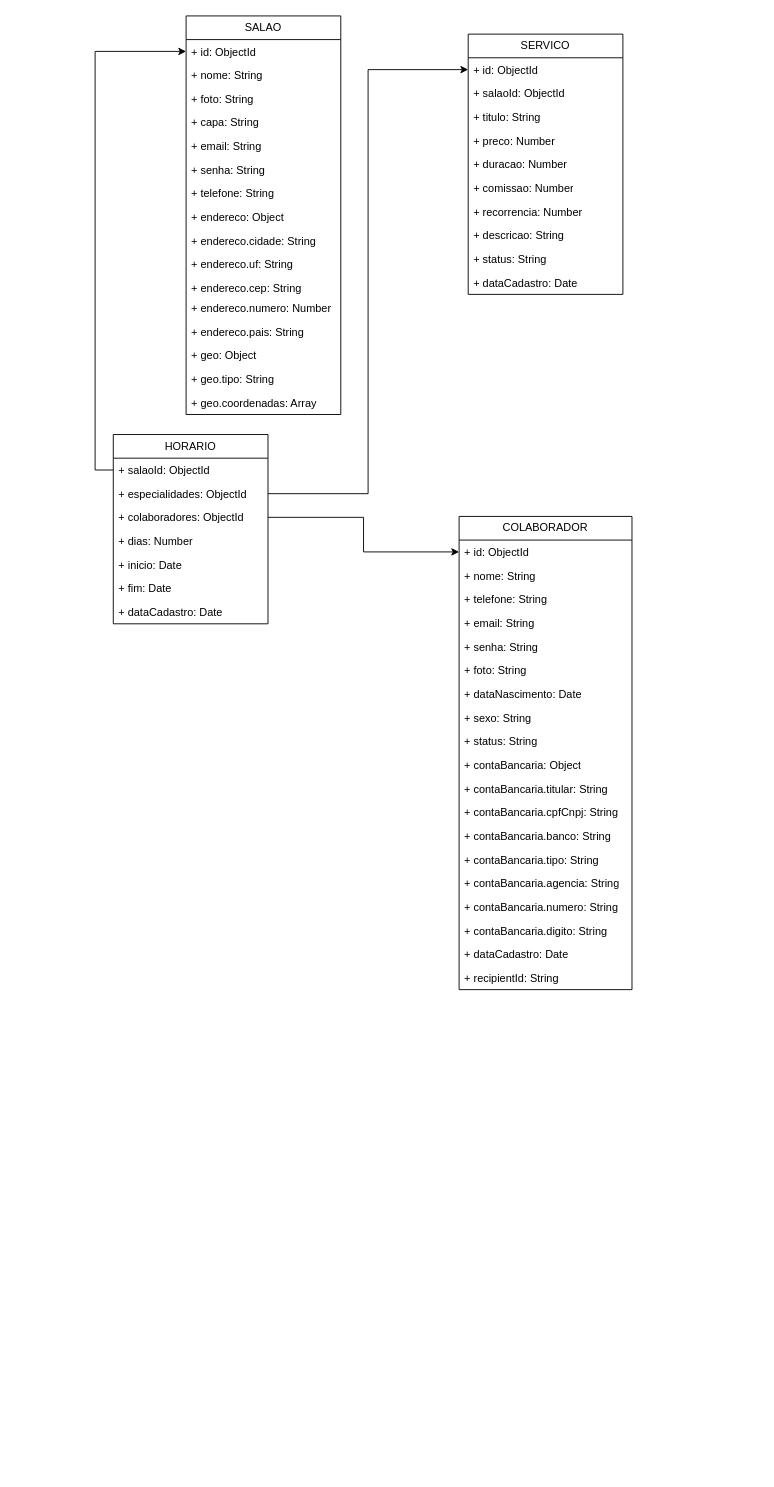
Before: Agenda na mão.drawio in eobrunodiniz/agendanamao, a draw.io diagram. Source tidied: cells renumbered, new cells numbered last; positions are measured from the earlier drawing's top-left corner, leaving out a move shared by most shapes. Both pictures are drawn from the tidied source at 91%, with x=0, y=0 at pixel (113, 15).
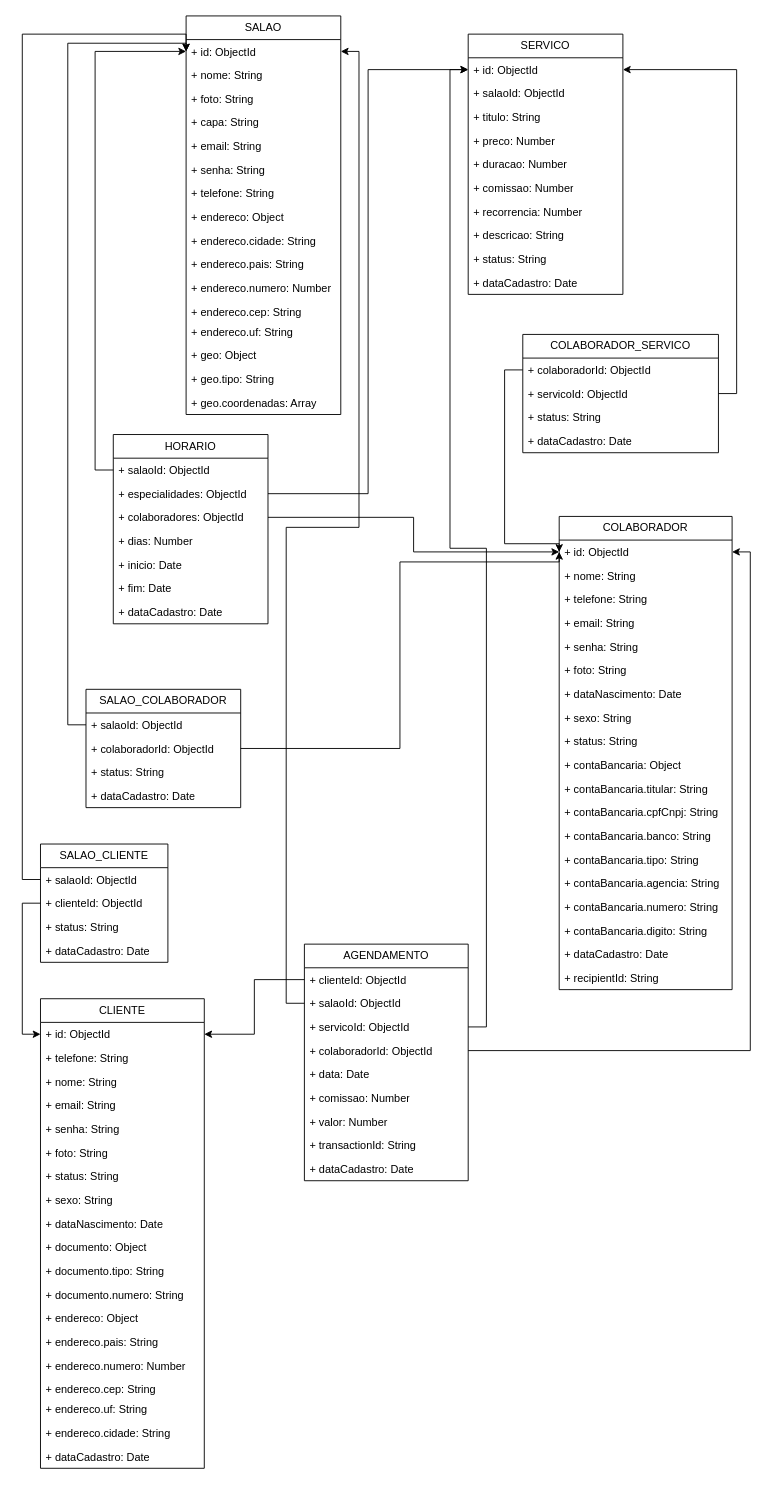
The same page after the edit.

The change refers to these unchanged cells:
```xml
<mxCell id="2" value="SALAO" style="swimlane;fontStyle=0;horizontal=1;startSize=26;fillColor=none;whiteSpace=wrap;html=1;" parent="1" vertex="1">
  <mxGeometry x="80" width="170" height="438" as="geometry" />
</mxCell>
<mxCell id="3" value="+ id: ObjectId&lt;br&gt;" style="text;strokeColor=none;fillColor=none;align=left;verticalAlign=top;spacingLeft=4;spacingRight=4;overflow=hidden;points=[[0,0.5],[1,0.5]];portConstraint=eastwest;whiteSpace=wrap;html=1;" parent="2" vertex="1">
  <mxGeometry y="26" width="170" height="26" as="geometry" />
</mxCell>
<mxCell id="20" value="+ id: ObjectId" style="text;strokeColor=none;fillColor=none;align=left;verticalAlign=top;spacingLeft=4;spacingRight=4;overflow=hidden;points=[[0,0.5],[1,0.5]];portConstraint=eastwest;whiteSpace=wrap;html=1;" parent="19" vertex="1">
  <mxGeometry y="26" width="190" height="26" as="geometry" />
</mxCell>
<mxCell id="40" value="+ id: ObjectId" style="text;strokeColor=none;fillColor=none;align=left;verticalAlign=top;spacingLeft=4;spacingRight=4;overflow=hidden;points=[[0,0.5],[1,0.5]];portConstraint=eastwest;whiteSpace=wrap;html=1;" parent="39" vertex="1">
  <mxGeometry y="26" width="170" height="26" as="geometry" />
</mxCell>
```

The edit, as a diff of the source:
```diff
@@
+    <mxCell id="15" value="+ endereco.pais: String" style="text;strokeColor=none;fillColor=none;align=left;verticalAlign=top;spacingLeft=4;spacingRight=4;overflow=hidden;whiteSpace=wrap;html=1;" parent="2" vertex="1">
+      <mxGeometry y="260" width="170" height="26" as="geometry" />
+    </mxCell>
+    <mxCell id="14" value="+ endereco.numero: Number" style="text;strokeColor=none;fillColor=none;align=left;verticalAlign=top;spacingLeft=4;spacingRight=4;overflow=hidden;whiteSpace=wrap;html=1;" parent="2" vertex="1">
+      <mxGeometry y="286" width="170" height="26" as="geometry" />
+    </mxCell>
+    <mxCell id="13" value="+ endereco.cep: String" style="text;strokeColor=none;fillColor=none;align=left;verticalAlign=top;spacingLeft=4;spacingRight=4;overflow=hidden;whiteSpace=wrap;html=1;" parent="2" vertex="1">
+      <mxGeometry y="312" width="170" height="22" as="geometry" />
+    </mxCell>
     <mxCell id="12" value="+ endereco.uf: String" style="text;strokeColor=none;fillColor=none;align=left;verticalAlign=top;spacingLeft=4;spacingRight=4;overflow=hidden;whiteSpace=wrap;html=1;" parent="2" vertex="1">
-      <mxGeometry y="260" width="170" height="26" as="geometry" />
+      <mxGeometry y="334" width="170" height="26" as="geometry" />
     </mxCell>
-    <mxCell id="13" value="+ endereco.cep: String" style="text;strokeColor=none;fillColor=none;align=left;verticalAlign=top;spacingLeft=4;spacingRight=4;overflow=hidden;whiteSpace=wrap;html=1;" parent="2" vertex="1">
-      <mxGeometry y="286" width="170" height="22" as="geometry" />
-    </mxCell>
-    <mxCell id="14" value="+ endereco.numero: Number" style="text;strokeColor=none;fillColor=none;align=left;verticalAlign=top;spacingLeft=4;spacingRight=4;overflow=hidden;whiteSpace=wrap;html=1;" parent="2" vertex="1">
-      <mxGeometry y="308" width="170" height="26" as="geometry" />
-    </mxCell>
-    <mxCell id="15" value="+ endereco.pais: String" style="text;strokeColor=none;fillColor=none;align=left;verticalAlign=top;spacingLeft=4;spacingRight=4;overflow=hidden;whiteSpace=wrap;html=1;" parent="2" vertex="1">
-      <mxGeometry y="334" width="170" height="26" as="geometry" />
-    </mxCell>
@@
     <mxCell id="19" value="COLABORADOR" style="swimlane;fontStyle=0;horizontal=1;startSize=26;fillColor=none;whiteSpace=wrap;html=1;" parent="1" vertex="1">
-      <mxGeometry x="380" y="550" width="190" height="520" as="geometry" />
+      <mxGeometry x="490" y="550" width="190" height="520" as="geometry" />
     </mxCell>
@@
+    <mxCell id="61" value="SALAO_COLABORADOR" style="swimlane;fontStyle=0;horizontal=1;startSize=26;fillColor=none;whiteSpace=wrap;html=1;" parent="1" vertex="1">
+      <mxGeometry x="-30" y="740" width="170" height="130" as="geometry" />
+    </mxCell>
+    <mxCell id="62" value="+ salaoId: ObjectId" style="text;strokeColor=none;fillColor=none;align=left;verticalAlign=top;spacingLeft=4;spacingRight=4;overflow=hidden;points=[[0,0.5],[1,0.5]];portConstraint=eastwest;whiteSpace=wrap;html=1;" parent="61" vertex="1">
+      <mxGeometry y="26" width="170" height="26" as="geometry" />
+    </mxCell>
+    <mxCell id="63" value="+ colaboradorId: ObjectId" style="text;strokeColor=none;fillColor=none;align=left;verticalAlign=top;spacingLeft=4;spacingRight=4;overflow=hidden;points=[[0,0.5],[1,0.5]];portConstraint=eastwest;whiteSpace=wrap;html=1;" parent="61" vertex="1">
+      <mxGeometry y="52" width="170" height="26" as="geometry" />
+    </mxCell>
+    <mxCell id="64" value="+ status: String" style="text;strokeColor=none;fillColor=none;align=left;verticalAlign=top;spacingLeft=4;spacingRight=4;overflow=hidden;whiteSpace=wrap;html=1;" parent="61" vertex="1">
+      <mxGeometry y="78" width="170" height="26" as="geometry" />
+    </mxCell>
+    <mxCell id="65" value="+ dataCadastro: Date" style="text;strokeColor=none;fillColor=none;align=left;verticalAlign=top;spacingLeft=4;spacingRight=4;overflow=hidden;whiteSpace=wrap;html=1;" parent="61" vertex="1">
+      <mxGeometry y="104" width="170" height="26" as="geometry" />
+    </mxCell>
+    <mxCell id="66" style="edgeStyle=orthogonalEdgeStyle;rounded=0;jettySize=auto;html=1;exitX=0;exitY=0.5;exitDx=0;exitDy=0;entryX=0;entryY=0.5;entryDx=0;entryDy=0;" parent="1" edge="1" source="62" target="3">
+      <mxGeometry relative="1" as="geometry">
+        <Array as="points">
+          <mxPoint x="-50" y="779" />
+          <mxPoint x="-50" y="30" />
+          <mxPoint x="80" y="30" />
+        </Array>
+      </mxGeometry>
+    </mxCell>
+    <mxCell id="67" style="edgeStyle=orthogonalEdgeStyle;rounded=0;jettySize=auto;html=1;exitX=1;exitY=0.5;exitDx=0;exitDy=0;entryX=0;entryY=0.5;entryDx=0;entryDy=0;" parent="1" edge="1" source="63" target="20">
+      <mxGeometry relative="1" as="geometry">
+        <Array as="points">
+          <mxPoint x="315" y="805" />
+          <mxPoint x="315" y="600" />
+          <mxPoint x="490" y="600" />
+        </Array>
+      </mxGeometry>
+    </mxCell>
+    <mxCell id="68" value="COLABORADOR_SERVICO" style="swimlane;fontStyle=0;horizontal=1;startSize=26;fillColor=none;whiteSpace=wrap;html=1;" parent="1" vertex="1">
+      <mxGeometry x="450" y="350" width="215" height="130" as="geometry" />
+    </mxCell>
+    <mxCell id="69" value="+ colaboradorId: ObjectId" style="text;strokeColor=none;fillColor=none;align=left;verticalAlign=top;spacingLeft=4;spacingRight=4;overflow=hidden;points=[[0,0.5],[1,0.5]];portConstraint=eastwest;whiteSpace=wrap;html=1;" parent="68" vertex="1">
+      <mxGeometry y="26" width="215" height="26" as="geometry" />
+    </mxCell>
+    <mxCell id="70" value="+ servicoId: ObjectId" style="text;strokeColor=none;fillColor=none;align=left;verticalAlign=top;spacingLeft=4;spacingRight=4;overflow=hidden;points=[[0,0.5],[1,0.5]];portConstraint=eastwest;whiteSpace=wrap;html=1;" parent="68" vertex="1">
+      <mxGeometry y="52" width="215" height="26" as="geometry" />
+    </mxCell>
+    <mxCell id="71" value="+ status: String" style="text;strokeColor=none;fillColor=none;align=left;verticalAlign=top;spacingLeft=4;spacingRight=4;overflow=hidden;whiteSpace=wrap;html=1;" parent="68" vertex="1">
+      <mxGeometry y="78" width="215" height="26" as="geometry" />
+    </mxCell>
+    <mxCell id="72" value="+ dataCadastro: Date" style="text;strokeColor=none;fillColor=none;align=left;verticalAlign=top;spacingLeft=4;spacingRight=4;overflow=hidden;whiteSpace=wrap;html=1;" parent="68" vertex="1">
+      <mxGeometry y="104" width="215" height="26" as="geometry" />
+    </mxCell>
+    <mxCell id="73" style="edgeStyle=orthogonalEdgeStyle;rounded=0;jettySize=auto;html=1;exitX=1;exitY=0.5;exitDx=0;exitDy=0;entryX=1;entryY=0.5;entryDx=0;entryDy=0;" parent="1" edge="1" source="70" target="40">
+      <mxGeometry relative="1" as="geometry" />
+    </mxCell>
+    <mxCell id="74" style="edgeStyle=orthogonalEdgeStyle;rounded=0;jettySize=auto;html=1;exitX=0;exitY=0.5;exitDx=0;exitDy=0;entryX=0;entryY=0.5;entryDx=0;entryDy=0;" parent="1" edge="1" source="69" target="20">
+      <mxGeometry relative="1" as="geometry">
+        <Array as="points">
+          <mxPoint x="430" y="389" />
+          <mxPoint x="430" y="580" />
+          <mxPoint x="490" y="580" />
+        </Array>
+      </mxGeometry>
+    </mxCell>
+    <mxCell id="75" value="SALAO_CLIENTE" style="swimlane;fontStyle=0;horizontal=1;startSize=26;fillColor=none;whiteSpace=wrap;html=1;" parent="1" vertex="1">
+      <mxGeometry x="-80" y="910" width="140" height="130" as="geometry" />
+    </mxCell>
+    <mxCell id="76" value="+ salaoId: ObjectId" style="text;strokeColor=none;fillColor=none;align=left;verticalAlign=top;spacingLeft=4;spacingRight=4;overflow=hidden;points=[[0,0.5],[1,0.5]];portConstraint=eastwest;whiteSpace=wrap;html=1;" parent="75" vertex="1">
+      <mxGeometry y="26" width="140" height="26" as="geometry" />
+    </mxCell>
+    <mxCell id="77" value="+ clienteId: ObjectId" style="text;strokeColor=none;fillColor=none;align=left;verticalAlign=top;spacingLeft=4;spacingRight=4;overflow=hidden;points=[[0,0.5],[1,0.5]];portConstraint=eastwest;whiteSpace=wrap;html=1;" parent="75" vertex="1">
+      <mxGeometry y="52" width="140" height="26" as="geometry" />
+    </mxCell>
+    <mxCell id="78" value="+ status: String" style="text;strokeColor=none;fillColor=none;align=left;verticalAlign=top;spacingLeft=4;spacingRight=4;overflow=hidden;whiteSpace=wrap;html=1;" parent="75" vertex="1">
+      <mxGeometry y="78" width="140" height="26" as="geometry" />
+    </mxCell>
+    <mxCell id="79" value="+ dataCadastro: Date" style="text;strokeColor=none;fillColor=none;align=left;verticalAlign=top;spacingLeft=4;spacingRight=4;overflow=hidden;whiteSpace=wrap;html=1;" parent="75" vertex="1">
+      <mxGeometry y="104" width="140" height="26" as="geometry" />
+    </mxCell>
+    <mxCell id="80" value="CLIENTE" style="swimlane;fontStyle=0;horizontal=1;startSize=26;fillColor=none;whiteSpace=wrap;html=1;" parent="1" vertex="1">
+      <mxGeometry x="-80" y="1080" width="180" height="516" as="geometry" />
+    </mxCell>
+    <mxCell id="81" value="+ id: ObjectId" style="text;strokeColor=none;fillColor=none;align=left;verticalAlign=top;spacingLeft=4;spacingRight=4;overflow=hidden;points=[[0,0.5],[1,0.5]];portConstraint=eastwest;whiteSpace=wrap;html=1;" parent="80" vertex="1">
+      <mxGeometry y="26" width="180" height="26" as="geometry" />
+    </mxCell>
+    <mxCell id="82" value="+ telefone: String" style="text;strokeColor=none;fillColor=none;align=left;verticalAlign=top;spacingLeft=4;spacingRight=4;overflow=hidden;whiteSpace=wrap;html=1;" parent="80" vertex="1">
+      <mxGeometry y="52" width="180" height="26" as="geometry" />
+    </mxCell>
+    <mxCell id="83" value="+ nome: String" style="text;strokeColor=none;fillColor=none;align=left;verticalAlign=top;spacingLeft=4;spacingRight=4;overflow=hidden;whiteSpace=wrap;html=1;" parent="80" vertex="1">
+      <mxGeometry y="78" width="180" height="26" as="geometry" />
+    </mxCell>
+    <mxCell id="84" value="+ email: String" style="text;strokeColor=none;fillColor=none;align=left;verticalAlign=top;spacingLeft=4;spacingRight=4;overflow=hidden;whiteSpace=wrap;html=1;" parent="80" vertex="1">
+      <mxGeometry y="104" width="180" height="26" as="geometry" />
+    </mxCell>
+    <mxCell id="85" value="+ senha: String" style="text;strokeColor=none;fillColor=none;align=left;verticalAlign=top;spacingLeft=4;spacingRight=4;overflow=hidden;whiteSpace=wrap;html=1;" parent="80" vertex="1">
+      <mxGeometry y="130" width="180" height="26" as="geometry" />
+    </mxCell>
+    <mxCell id="86" value="+ foto: String" style="text;strokeColor=none;fillColor=none;align=left;verticalAlign=top;spacingLeft=4;spacingRight=4;overflow=hidden;whiteSpace=wrap;html=1;" parent="80" vertex="1">
+      <mxGeometry y="156" width="180" height="26" as="geometry" />
+    </mxCell>
+    <mxCell id="87" value="+ status: String" style="text;strokeColor=none;fillColor=none;align=left;verticalAlign=top;spacingLeft=4;spacingRight=4;overflow=hidden;whiteSpace=wrap;html=1;" parent="80" vertex="1">
+      <mxGeometry y="182" width="180" height="26" as="geometry" />
+    </mxCell>
+    <mxCell id="88" value="+ sexo: String" style="text;strokeColor=none;fillColor=none;align=left;verticalAlign=top;spacingLeft=4;spacingRight=4;overflow=hidden;whiteSpace=wrap;html=1;" parent="80" vertex="1">
+      <mxGeometry y="208" width="180" height="26" as="geometry" />
+    </mxCell>
+    <mxCell id="89" value="+ dataNascimento: Date" style="text;strokeColor=none;fillColor=none;align=left;verticalAlign=top;spacingLeft=4;spacingRight=4;overflow=hidden;whiteSpace=wrap;html=1;" parent="80" vertex="1">
+      <mxGeometry y="234" width="180" height="26" as="geometry" />
+    </mxCell>
+    <mxCell id="90" value="+ documento: Object" style="text;strokeColor=none;fillColor=none;align=left;verticalAlign=top;spacingLeft=4;spacingRight=4;overflow=hidden;whiteSpace=wrap;html=1;" parent="80" vertex="1">
+      <mxGeometry y="260" width="180" height="26" as="geometry" />
+    </mxCell>
+    <mxCell id="91" value="+ documento.tipo: String" style="text;strokeColor=none;fillColor=none;align=left;verticalAlign=top;spacingLeft=4;spacingRight=4;overflow=hidden;whiteSpace=wrap;html=1;" parent="80" vertex="1">
+      <mxGeometry y="286" width="180" height="26" as="geometry" />
+    </mxCell>
+    <mxCell id="92" value="+ documento.numero: String" style="text;strokeColor=none;fillColor=none;align=left;verticalAlign=top;spacingLeft=4;spacingRight=4;overflow=hidden;whiteSpace=wrap;html=1;" parent="80" vertex="1">
+      <mxGeometry y="312" width="180" height="26" as="geometry" />
+    </mxCell>
+    <mxCell id="93" value="+ endereco: Object" style="text;strokeColor=none;fillColor=none;align=left;verticalAlign=top;spacingLeft=4;spacingRight=4;overflow=hidden;whiteSpace=wrap;html=1;" parent="80" vertex="1">
+      <mxGeometry y="338" width="180" height="26" as="geometry" />
+    </mxCell>
+    <mxCell id="94" value="+ endereco.pais: String" style="text;strokeColor=none;fillColor=none;align=left;verticalAlign=top;spacingLeft=4;spacingRight=4;overflow=hidden;whiteSpace=wrap;html=1;" parent="80" vertex="1">
+      <mxGeometry y="364" width="180" height="26" as="geometry" />
+    </mxCell>
+    <mxCell id="95" value="+ endereco.numero: Number" style="text;strokeColor=none;fillColor=none;align=left;verticalAlign=top;spacingLeft=4;spacingRight=4;overflow=hidden;whiteSpace=wrap;html=1;" parent="80" vertex="1">
+      <mxGeometry y="390" width="180" height="26" as="geometry" />
+    </mxCell>
+    <mxCell id="96" value="+ endereco.cep: String" style="text;strokeColor=none;fillColor=none;align=left;verticalAlign=top;spacingLeft=4;spacingRight=4;overflow=hidden;whiteSpace=wrap;html=1;" parent="80" vertex="1">
+      <mxGeometry y="416" width="180" height="22" as="geometry" />
+    </mxCell>
+    <mxCell id="97" value="+ endereco.uf: String" style="text;strokeColor=none;fillColor=none;align=left;verticalAlign=top;spacingLeft=4;spacingRight=4;overflow=hidden;whiteSpace=wrap;html=1;" parent="80" vertex="1">
+      <mxGeometry y="438" width="180" height="26" as="geometry" />
+    </mxCell>
+    <mxCell id="98" value="+ endereco.cidade: String" style="text;strokeColor=none;fillColor=none;align=left;verticalAlign=top;spacingLeft=4;spacingRight=4;overflow=hidden;whiteSpace=wrap;html=1;" parent="80" vertex="1">
+      <mxGeometry y="464" width="180" height="26" as="geometry" />
+    </mxCell>
+    <mxCell id="99" value="+ dataCadastro: Date" style="text;strokeColor=none;fillColor=none;align=left;verticalAlign=top;spacingLeft=4;spacingRight=4;overflow=hidden;whiteSpace=wrap;html=1;" parent="80" vertex="1">
+      <mxGeometry y="490" width="180" height="26" as="geometry" />
+    </mxCell>
+    <mxCell id="100" value="AGENDAMENTO" style="swimlane;fontStyle=0;horizontal=1;startSize=26;fillColor=none;whiteSpace=wrap;html=1;" parent="1" vertex="1">
+      <mxGeometry x="210" y="1020" width="180" height="260" as="geometry" />
+    </mxCell>
+    <mxCell id="101" value="+ clienteId: ObjectId" style="text;strokeColor=none;fillColor=none;align=left;verticalAlign=top;spacingLeft=4;spacingRight=4;overflow=hidden;points=[[0,0.5],[1,0.5]];portConstraint=eastwest;whiteSpace=wrap;html=1;" parent="100" vertex="1">
+      <mxGeometry y="26" width="180" height="26" as="geometry" />
+    </mxCell>
+    <mxCell id="102" value="+ salaoId: ObjectId" style="text;strokeColor=none;fillColor=none;align=left;verticalAlign=top;spacingLeft=4;spacingRight=4;overflow=hidden;points=[[0,0.5],[1,0.5]];portConstraint=eastwest;whiteSpace=wrap;html=1;" parent="100" vertex="1">
+      <mxGeometry y="52" width="180" height="26" as="geometry" />
+    </mxCell>
+    <mxCell id="103" value="+ servicoId: ObjectId" style="text;strokeColor=none;fillColor=none;align=left;verticalAlign=top;spacingLeft=4;spacingRight=4;overflow=hidden;points=[[0,0.5],[1,0.5]];portConstraint=eastwest;whiteSpace=wrap;html=1;" parent="100" vertex="1">
+      <mxGeometry y="78" width="180" height="26" as="geometry" />
+    </mxCell>
+    <mxCell id="104" value="+ colaboradorId: ObjectId" style="text;strokeColor=none;fillColor=none;align=left;verticalAlign=top;spacingLeft=4;spacingRight=4;overflow=hidden;points=[[0,0.5],[1,0.5]];portConstraint=eastwest;whiteSpace=wrap;html=1;" parent="100" vertex="1">
+      <mxGeometry y="104" width="180" height="26" as="geometry" />
+    </mxCell>
+    <mxCell id="105" value="+ data: Date" style="text;strokeColor=none;fillColor=none;align=left;verticalAlign=top;spacingLeft=4;spacingRight=4;overflow=hidden;whiteSpace=wrap;html=1;" parent="100" vertex="1">
+      <mxGeometry y="130" width="180" height="26" as="geometry" />
+    </mxCell>
+    <mxCell id="106" value="+ comissao: Number" style="text;strokeColor=none;fillColor=none;align=left;verticalAlign=top;spacingLeft=4;spacingRight=4;overflow=hidden;whiteSpace=wrap;html=1;" parent="100" vertex="1">
+      <mxGeometry y="156" width="180" height="26" as="geometry" />
+    </mxCell>
+    <mxCell id="107" value="+ valor: Number" style="text;strokeColor=none;fillColor=none;align=left;verticalAlign=top;spacingLeft=4;spacingRight=4;overflow=hidden;whiteSpace=wrap;html=1;" parent="100" vertex="1">
+      <mxGeometry y="182" width="180" height="26" as="geometry" />
+    </mxCell>
+    <mxCell id="108" value="+ transactionId: String" style="text;strokeColor=none;fillColor=none;align=left;verticalAlign=top;spacingLeft=4;spacingRight=4;overflow=hidden;whiteSpace=wrap;html=1;" parent="100" vertex="1">
+      <mxGeometry y="208" width="180" height="26" as="geometry" />
+    </mxCell>
+    <mxCell id="109" value="+ dataCadastro: Date" style="text;strokeColor=none;fillColor=none;align=left;verticalAlign=top;spacingLeft=4;spacingRight=4;overflow=hidden;whiteSpace=wrap;html=1;" parent="100" vertex="1">
+      <mxGeometry y="234" width="180" height="26" as="geometry" />
+    </mxCell>
+    <mxCell id="110" style="edgeStyle=orthogonalEdgeStyle;rounded=0;jettySize=auto;html=1;exitX=0;exitY=0.5;exitDx=0;exitDy=0;entryX=0;entryY=0.5;entryDx=0;entryDy=0;" parent="1" edge="1" source="76" target="3">
+      <mxGeometry relative="1" as="geometry">
+        <Array as="points">
+          <mxPoint x="-100" y="949" />
+          <mxPoint x="-100" y="20" />
+          <mxPoint x="80" y="20" />
+        </Array>
+      </mxGeometry>
+    </mxCell>
+    <mxCell id="111" style="edgeStyle=orthogonalEdgeStyle;rounded=0;jettySize=auto;html=1;exitX=0;exitY=0.5;exitDx=0;exitDy=0;entryX=0;entryY=0.5;entryDx=0;entryDy=0;" parent="1" edge="1" source="77" target="81">
+      <mxGeometry relative="1" as="geometry" />
+    </mxCell>
+    <mxCell id="112" style="edgeStyle=orthogonalEdgeStyle;rounded=0;jettySize=auto;html=1;exitX=0;exitY=0.5;exitDx=0;exitDy=0;entryX=1;entryY=0.5;entryDx=0;entryDy=0;" parent="1" edge="1" source="101" target="81">
+      <mxGeometry relative="1" as="geometry" />
+    </mxCell>
+    <mxCell id="113" style="edgeStyle=orthogonalEdgeStyle;rounded=0;jettySize=auto;html=1;exitX=0;exitY=0.5;exitDx=0;exitDy=0;entryX=1;entryY=0.5;entryDx=0;entryDy=0;" parent="1" edge="1" source="102" target="3">
+      <mxGeometry relative="1" as="geometry" />
+    </mxCell>
+    <mxCell id="114" style="edgeStyle=orthogonalEdgeStyle;rounded=0;jettySize=auto;html=1;exitX=1;exitY=0.5;exitDx=0;exitDy=0;entryX=0;entryY=0.5;entryDx=0;entryDy=0;" parent="1" edge="1" source="103" target="40">
+      <mxGeometry relative="1" as="geometry" />
+    </mxCell>
+    <mxCell id="115" style="edgeStyle=orthogonalEdgeStyle;rounded=0;jettySize=auto;html=1;exitX=1;exitY=0.5;exitDx=0;exitDy=0;entryX=1;entryY=0.5;entryDx=0;entryDy=0;" parent="1" edge="1" source="104" target="20">
+      <mxGeometry relative="1" as="geometry" />
+    </mxCell>
```
